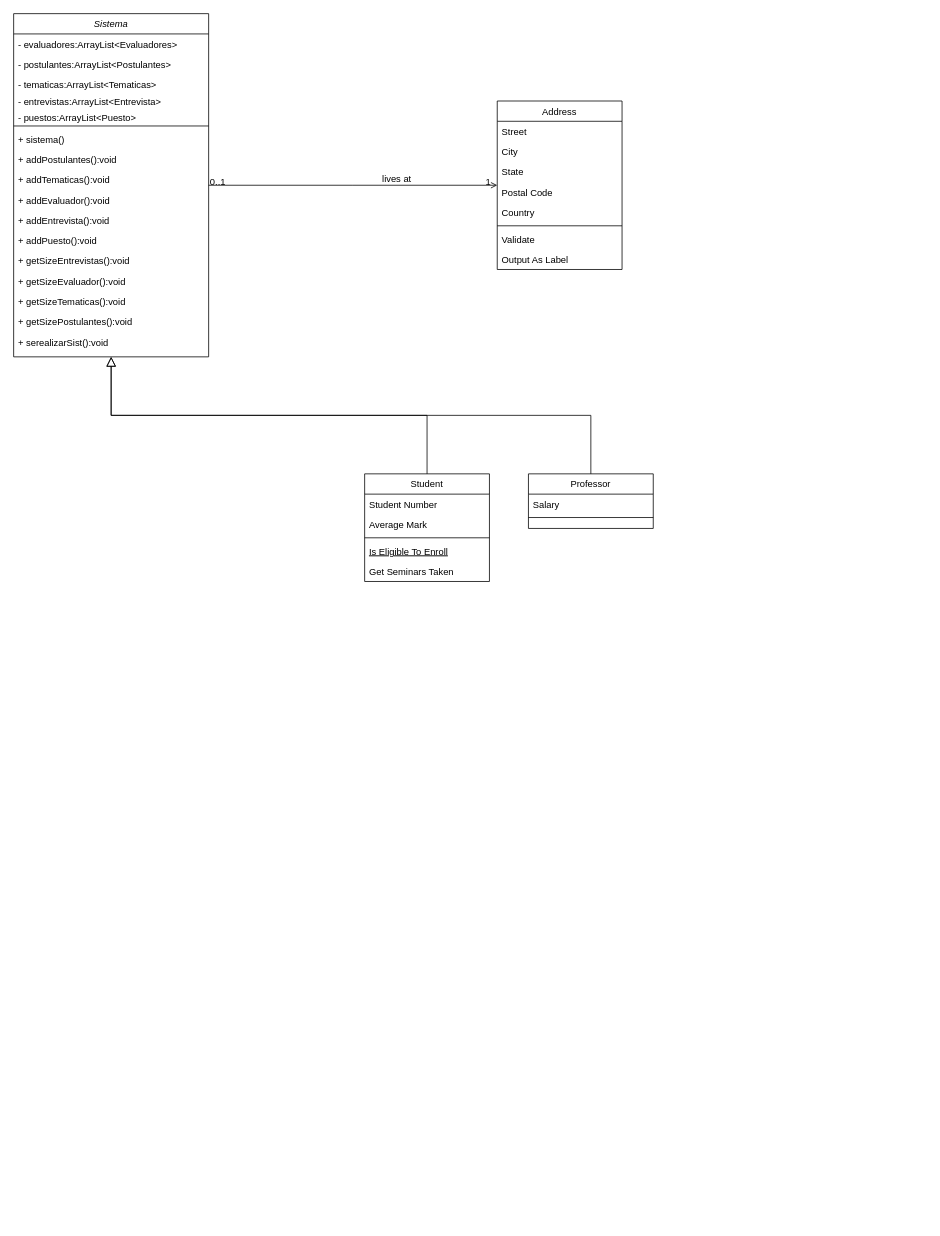
The draw.io diagram src/dominio/Diagrama sin título.drawio in MatiProtocol/SegundoOblig-P2, before the edit. Source tidied: cells renumbered, new cells numbered last; positions are measured from the earlier drawing's top-left corner, leaving out a move shared by most shapes. Both pictures are drawn from the tidied source at 78%, with x=0, y=0 at pixel (13, 13).
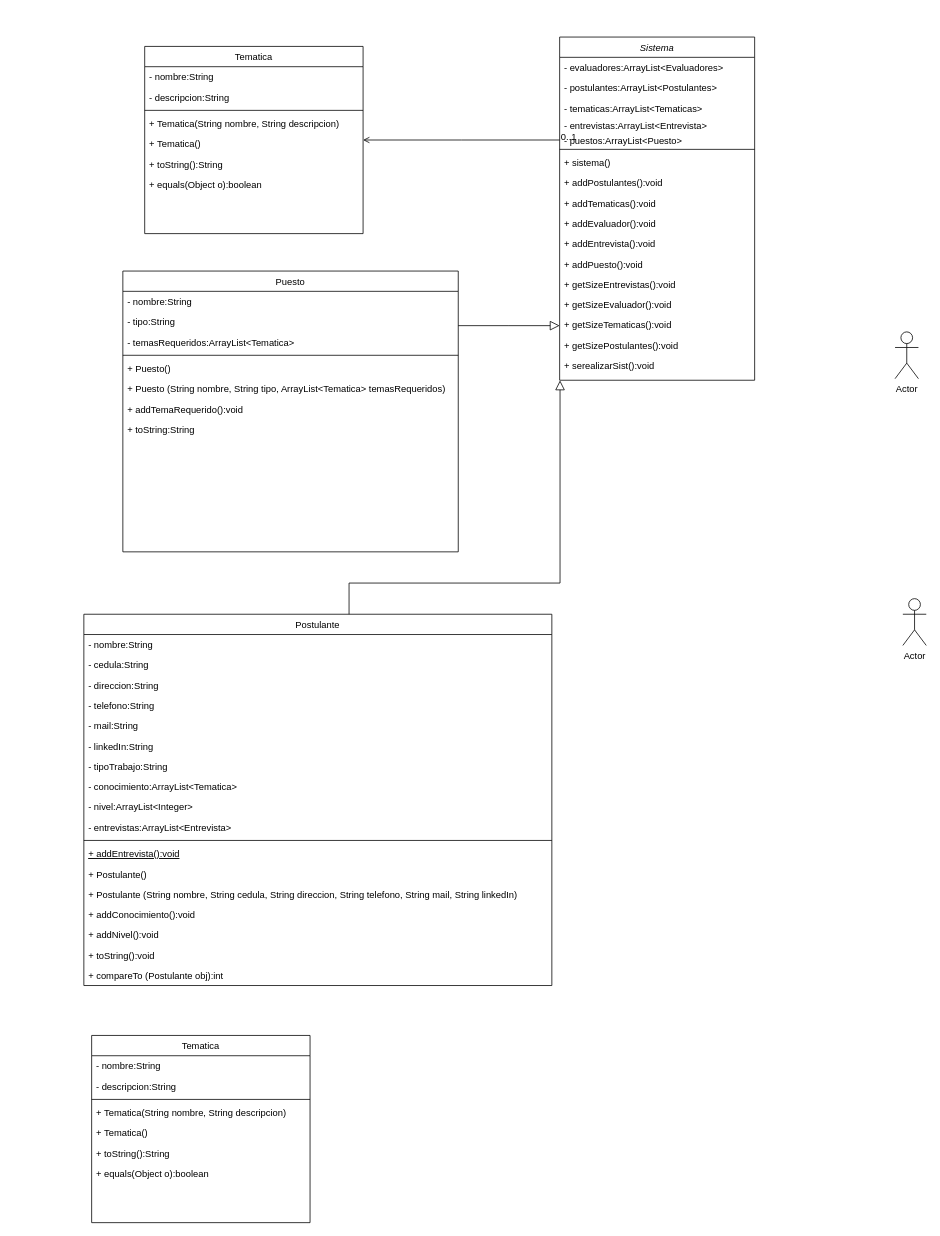
Above is the later version.

Unchanged cells that the change refers to:
```xml
<mxCell id="19" value="+ serealizarSist():void" style="text;align=left;verticalAlign=top;spacingLeft=4;spacingRight=4;overflow=hidden;points=[[0,0.5],[1,0.5]];portConstraint=eastwest;" parent="2" vertex="1">
  <mxGeometry y="408" width="250" height="26" as="geometry" />
</mxCell>
<mxCell id="40" style="endArrow=open;shadow=0;strokeWidth=1;rounded=0;endFill=1;edgeStyle=elbowEdgeStyle;elbow=vertical;" parent="1" edge="1" source="2" target="31">
  <mxGeometry x="0.5" y="41" relative="1" as="geometry">
    <mxPoint x="-40" y="32" as="offset" />
  </mxGeometry>
</mxCell>
```

The edit, as a diff of the source:
```diff
@@
     <mxCell id="2" value="Sistema&#10;" style="swimlane;fontStyle=2;align=center;verticalAlign=top;horizontal=1;startSize=26;rounded=0;shadow=0;strokeWidth=1;" parent="1" vertex="1">
-      <mxGeometry width="250" height="440" as="geometry" />
+      <mxGeometry x="700" y="30" width="250" height="440" as="geometry" />
     </mxCell>
@@
-    <mxCell id="20" value="Student" style="swimlane;fontStyle=0;align=center;verticalAlign=top;horizontal=1;startSize=26;rounded=0;shadow=0;strokeWidth=1;" parent="1" vertex="1">
-      <mxGeometry x="450" y="590" width="160" height="138" as="geometry" />
+    <mxCell id="20" value="Postulante" style="swimlane;fontStyle=0;align=center;verticalAlign=top;horizontal=1;startSize=26;rounded=0;shadow=0;strokeWidth=1;" parent="1" vertex="1">
+      <mxGeometry x="90" y="770" width="600" height="476" as="geometry" />
     </mxCell>
-    <mxCell id="21" value="Student Number" style="text;align=left;verticalAlign=top;spacingLeft=4;spacingRight=4;overflow=hidden;" parent="20" vertex="1">
-      <mxGeometry y="26" width="160" height="26" as="geometry" />
+    <mxCell id="21" value="- nombre:String" style="text;align=left;verticalAlign=top;spacingLeft=4;spacingRight=4;overflow=hidden;" parent="20" vertex="1">
+      <mxGeometry y="26" width="600" height="26" as="geometry" />
     </mxCell>
-    <mxCell id="22" value="Average Mark" style="text;align=left;verticalAlign=top;spacingLeft=4;spacingRight=4;overflow=hidden;rounded=0;shadow=0;html=0;" parent="20" vertex="1">
-      <mxGeometry y="52" width="160" height="26" as="geometry" />
+    <mxCell id="22" value="- cedula:String" style="text;align=left;verticalAlign=top;spacingLeft=4;spacingRight=4;overflow=hidden;rounded=0;shadow=0;html=0;" parent="20" vertex="1">
+      <mxGeometry y="52" width="600" height="26" as="geometry" />
     </mxCell>
+    <mxCell id="44" value="- direccion:String" style="text;align=left;verticalAlign=top;spacingLeft=4;spacingRight=4;overflow=hidden;" parent="20" vertex="1">
+      <mxGeometry y="78" width="600" height="26" as="geometry" />
+    </mxCell>
+    <mxCell id="45" value="- telefono:String" style="text;align=left;verticalAlign=top;spacingLeft=4;spacingRight=4;overflow=hidden;" parent="20" vertex="1">
+      <mxGeometry y="104" width="600" height="26" as="geometry" />
+    </mxCell>
+    <mxCell id="46" value="- mail:String" style="text;align=left;verticalAlign=top;spacingLeft=4;spacingRight=4;overflow=hidden;" parent="20" vertex="1">
+      <mxGeometry y="130" width="600" height="26" as="geometry" />
+    </mxCell>
+    <mxCell id="47" value="- linkedIn:String" style="text;align=left;verticalAlign=top;spacingLeft=4;spacingRight=4;overflow=hidden;" parent="20" vertex="1">
+      <mxGeometry y="156" width="600" height="26" as="geometry" />
+    </mxCell>
+    <mxCell id="48" value="- tipoTrabajo:String" style="text;align=left;verticalAlign=top;spacingLeft=4;spacingRight=4;overflow=hidden;" parent="20" vertex="1">
+      <mxGeometry y="182" width="600" height="26" as="geometry" />
+    </mxCell>
+    <mxCell id="49" value="- conocimiento:ArrayList&lt;Tematica&gt; " style="text;align=left;verticalAlign=top;spacingLeft=4;spacingRight=4;overflow=hidden;" parent="20" vertex="1">
+      <mxGeometry y="208" width="600" height="26" as="geometry" />
+    </mxCell>
+    <mxCell id="50" value="- nivel:ArrayList&lt;Integer&gt;" style="text;align=left;verticalAlign=top;spacingLeft=4;spacingRight=4;overflow=hidden;" parent="20" vertex="1">
+      <mxGeometry y="234" width="600" height="26" as="geometry" />
+    </mxCell>
+    <mxCell id="51" value="- entrevistas:ArrayList&lt;Entrevista&gt;" style="text;align=left;verticalAlign=top;spacingLeft=4;spacingRight=4;overflow=hidden;" parent="20" vertex="1">
+      <mxGeometry y="260" width="600" height="26" as="geometry" />
+    </mxCell>
     <mxCell id="23" style="line;html=1;strokeWidth=1;align=left;verticalAlign=middle;spacingTop=-1;spacingLeft=3;spacingRight=3;labelPosition=right;" parent="20" vertex="1">
-      <mxGeometry y="78" width="160" height="8" as="geometry" />
+      <mxGeometry y="286" width="600" height="8" as="geometry" />
     </mxCell>
-    <mxCell id="24" value="Is Eligible To Enroll" style="text;align=left;verticalAlign=top;spacingLeft=4;spacingRight=4;overflow=hidden;fontStyle=4;" parent="20" vertex="1">
-      <mxGeometry y="86" width="160" height="26" as="geometry" />
+    <mxCell id="24" value="+ addEntrevista():void" style="text;align=left;verticalAlign=top;spacingLeft=4;spacingRight=4;overflow=hidden;fontStyle=4;" parent="20" vertex="1">
+      <mxGeometry y="294" width="600" height="26" as="geometry" />
     </mxCell>
-    <mxCell id="25" value="Get Seminars Taken" style="text;align=left;verticalAlign=top;spacingLeft=4;spacingRight=4;overflow=hidden;" parent="20" vertex="1">
-      <mxGeometry y="112" width="160" height="26" as="geometry" />
+    <mxCell id="25" value="+ Postulante()" style="text;align=left;verticalAlign=top;spacingLeft=4;spacingRight=4;overflow=hidden;" parent="20" vertex="1">
+      <mxGeometry y="320" width="600" height="26" as="geometry" />
     </mxCell>
+    <mxCell id="52" value="+ Postulante (String nombre, String cedula, String direccion, String telefono, String mail, String linkedIn)" style="text;align=left;verticalAlign=top;spacingLeft=4;spacingRight=4;overflow=hidden;" parent="20" vertex="1">
+      <mxGeometry y="346" width="600" height="26" as="geometry" />
+    </mxCell>
+    <mxCell id="53" value="+ addConocimiento():void" style="text;align=left;verticalAlign=top;spacingLeft=4;spacingRight=4;overflow=hidden;" parent="20" vertex="1">
+      <mxGeometry y="372" width="600" height="26" as="geometry" />
+    </mxCell>
+    <mxCell id="54" value="+ addNivel():void" style="text;align=left;verticalAlign=top;spacingLeft=4;spacingRight=4;overflow=hidden;" parent="20" vertex="1">
+      <mxGeometry y="398" width="600" height="26" as="geometry" />
+    </mxCell>
+    <mxCell id="55" value="+ toString():void" style="text;align=left;verticalAlign=top;spacingLeft=4;spacingRight=4;overflow=hidden;" parent="20" vertex="1">
+      <mxGeometry y="424" width="600" height="26" as="geometry" />
+    </mxCell>
+    <mxCell id="56" value="+ compareTo (Postulante obj):int" style="text;align=left;verticalAlign=top;spacingLeft=4;spacingRight=4;overflow=hidden;" parent="20" vertex="1">
+      <mxGeometry y="450" width="600" height="26" as="geometry" />
+    </mxCell>
-    <mxCell id="26" style="endArrow=block;endSize=10;endFill=0;shadow=0;strokeWidth=1;rounded=0;edgeStyle=elbowEdgeStyle;elbow=vertical;" parent="1" edge="1" source="20" target="2">
-      <mxGeometry relative="1" as="geometry" />
+    <mxCell id="26" style="endArrow=block;endSize=10;endFill=0;shadow=0;strokeWidth=1;rounded=0;edgeStyle=elbowEdgeStyle;elbow=vertical;entryX=0.002;entryY=1.238;entryDx=0;entryDy=0;entryPerimeter=0;" parent="1" edge="1" source="20" target="19">
+      <mxGeometry relative="1" as="geometry">
+        <Array as="points">
+          <mxPoint x="430" y="730" />
+        </Array>
+      </mxGeometry>
     </mxCell>
-    <mxCell id="27" value="Professor" style="swimlane;fontStyle=0;align=center;verticalAlign=top;horizontal=1;startSize=26;rounded=0;shadow=0;strokeWidth=1;" parent="1" vertex="1">
-      <mxGeometry x="660" y="590" width="160" height="70" as="geometry" />
+    <mxCell id="27" value="Puesto" style="swimlane;fontStyle=0;align=center;verticalAlign=top;horizontal=1;startSize=26;rounded=0;shadow=0;strokeWidth=1;" parent="1" vertex="1">
+      <mxGeometry x="140" y="330" width="430" height="360" as="geometry" />
     </mxCell>
-    <mxCell id="28" value="Salary" style="text;align=left;verticalAlign=top;spacingLeft=4;spacingRight=4;overflow=hidden;" parent="27" vertex="1">
-      <mxGeometry y="26" width="160" height="26" as="geometry" />
+    <mxCell id="28" value="- nombre:String&#10;" style="text;align=left;verticalAlign=top;spacingLeft=4;spacingRight=4;overflow=hidden;" parent="27" vertex="1">
+      <mxGeometry y="26" width="430" height="26" as="geometry" />
     </mxCell>
+    <mxCell id="57" value="- tipo:String" style="text;align=left;verticalAlign=top;spacingLeft=4;spacingRight=4;overflow=hidden;" parent="27" vertex="1">
+      <mxGeometry y="52" width="430" height="26" as="geometry" />
+    </mxCell>
+    <mxCell id="58" value="- temasRequeridos:ArrayList&lt;Tematica&gt;" style="text;align=left;verticalAlign=top;spacingLeft=4;spacingRight=4;overflow=hidden;" parent="27" vertex="1">
+      <mxGeometry y="78" width="430" height="26" as="geometry" />
+    </mxCell>
     <mxCell id="29" style="line;html=1;strokeWidth=1;align=left;verticalAlign=middle;spacingTop=-1;spacingLeft=3;spacingRight=3;labelPosition=right;" parent="27" vertex="1">
-      <mxGeometry y="52" width="160" height="8" as="geometry" />
+      <mxGeometry y="104" width="430" height="8" as="geometry" />
     </mxCell>
+    <mxCell id="59" value="+ Puesto()" style="text;align=left;verticalAlign=top;spacingLeft=4;spacingRight=4;overflow=hidden;" parent="27" vertex="1">
+      <mxGeometry y="112" width="430" height="26" as="geometry" />
+    </mxCell>
+    <mxCell id="60" value="+ Puesto (String nombre, String tipo, ArrayList&lt;Tematica&gt; temasRequeridos)" style="text;align=left;verticalAlign=top;spacingLeft=4;spacingRight=4;overflow=hidden;" parent="27" vertex="1">
+      <mxGeometry y="138" width="430" height="26" as="geometry" />
+    </mxCell>
+    <mxCell id="61" value="+ addTemaRequerido():void" style="text;align=left;verticalAlign=top;spacingLeft=4;spacingRight=4;overflow=hidden;" parent="27" vertex="1">
+      <mxGeometry y="164" width="430" height="26" as="geometry" />
+    </mxCell>
+    <mxCell id="62" value="+ toString:String" style="text;align=left;verticalAlign=top;spacingLeft=4;spacingRight=4;overflow=hidden;" parent="27" vertex="1">
+      <mxGeometry y="190" width="430" height="26" as="geometry" />
+    </mxCell>
@@
-    <mxCell id="31" value="Address" style="swimlane;fontStyle=0;align=center;verticalAlign=top;horizontal=1;startSize=26;rounded=0;shadow=0;strokeWidth=1;" parent="1" vertex="1">
-      <mxGeometry x="620" y="112" width="160" height="216" as="geometry" />
+    <mxCell id="31" value="Tematica" style="swimlane;fontStyle=0;align=center;verticalAlign=top;horizontal=1;startSize=26;rounded=0;shadow=0;strokeWidth=1;" parent="1" vertex="1">
+      <mxGeometry x="168" y="42" width="280" height="240" as="geometry" />
     </mxCell>
-    <mxCell id="32" value="Street" style="text;align=left;verticalAlign=top;spacingLeft=4;spacingRight=4;overflow=hidden;" parent="31" vertex="1">
-      <mxGeometry y="26" width="160" height="26" as="geometry" />
+    <mxCell id="32" value="- nombre:String" style="text;align=left;verticalAlign=top;spacingLeft=4;spacingRight=4;overflow=hidden;" parent="31" vertex="1">
+      <mxGeometry y="26" width="280" height="26" as="geometry" />
     </mxCell>
-    <mxCell id="33" value="City" style="text;align=left;verticalAlign=top;spacingLeft=4;spacingRight=4;overflow=hidden;rounded=0;shadow=0;html=0;" parent="31" vertex="1">
-      <mxGeometry y="52" width="160" height="26" as="geometry" />
+    <mxCell id="33" value="- descripcion:String" style="text;align=left;verticalAlign=top;spacingLeft=4;spacingRight=4;overflow=hidden;rounded=0;shadow=0;html=0;" parent="31" vertex="1">
+      <mxGeometry y="52" width="280" height="26" as="geometry" />
     </mxCell>
-    <mxCell id="34" value="State" style="text;align=left;verticalAlign=top;spacingLeft=4;spacingRight=4;overflow=hidden;rounded=0;shadow=0;html=0;" parent="31" vertex="1">
-      <mxGeometry y="78" width="160" height="26" as="geometry" />
-    </mxCell>
-    <mxCell id="35" value="Postal Code" style="text;align=left;verticalAlign=top;spacingLeft=4;spacingRight=4;overflow=hidden;rounded=0;shadow=0;html=0;" parent="31" vertex="1">
-      <mxGeometry y="104" width="160" height="26" as="geometry" />
-    </mxCell>
-    <mxCell id="36" value="Country" style="text;align=left;verticalAlign=top;spacingLeft=4;spacingRight=4;overflow=hidden;rounded=0;shadow=0;html=0;" parent="31" vertex="1">
-      <mxGeometry y="130" width="160" height="26" as="geometry" />
-    </mxCell>
     <mxCell id="37" style="line;html=1;strokeWidth=1;align=left;verticalAlign=middle;spacingTop=-1;spacingLeft=3;spacingRight=3;labelPosition=right;" parent="31" vertex="1">
-      <mxGeometry y="156" width="160" height="8" as="geometry" />
+      <mxGeometry y="78" width="280" height="8" as="geometry" />
     </mxCell>
-    <mxCell id="38" value="Validate" style="text;align=left;verticalAlign=top;spacingLeft=4;spacingRight=4;overflow=hidden;" parent="31" vertex="1">
-      <mxGeometry y="164" width="160" height="26" as="geometry" />
+    <mxCell id="38" value="+ Tematica(String nombre, String descripcion) " style="text;align=left;verticalAlign=top;spacingLeft=4;spacingRight=4;overflow=hidden;" parent="31" vertex="1">
+      <mxGeometry y="86" width="280" height="26" as="geometry" />
     </mxCell>
-    <mxCell id="39" value="Output As Label" style="text;align=left;verticalAlign=top;spacingLeft=4;spacingRight=4;overflow=hidden;" parent="31" vertex="1">
-      <mxGeometry y="190" width="160" height="26" as="geometry" />
+    <mxCell id="39" value="+ Tematica()&#10;" style="text;align=left;verticalAlign=top;spacingLeft=4;spacingRight=4;overflow=hidden;" parent="31" vertex="1">
+      <mxGeometry y="112" width="280" height="26" as="geometry" />
     </mxCell>
+    <mxCell id="63" value="+ toString():String" style="text;align=left;verticalAlign=top;spacingLeft=4;spacingRight=4;overflow=hidden;" parent="31" vertex="1">
+      <mxGeometry y="138" width="280" height="26" as="geometry" />
+    </mxCell>
+    <mxCell id="64" value="+ equals(Object o):boolean" style="text;align=left;verticalAlign=top;spacingLeft=4;spacingRight=4;overflow=hidden;" parent="31" vertex="1">
+      <mxGeometry y="164" width="280" height="26" as="geometry" />
+    </mxCell>
@@
-    <mxCell id="42" value="1" style="align=right;verticalAlign=bottom;labelBackgroundColor=none;fontSize=12;" parent="40" vertex="1">
-      <mxGeometry x="1" relative="1" as="geometry">
-        <mxPoint x="-7" y="4" as="offset" />
-      </mxGeometry>
-    </mxCell>
-    <mxCell id="43" value="lives at" style="text;html=1;align=center;verticalAlign=middle;labelBackgroundColor=none;rounded=0;shadow=0;strokeWidth=1;fontSize=12;" parent="40" vertex="1">
-      <mxGeometry x="0.5" y="49" relative="1" as="geometry">
-        <mxPoint x="-38" y="40" as="offset" />
-      </mxGeometry>
-    </mxCell>
+    <mxCell id="65" value="Actor" style="shape=umlActor;verticalLabelPosition=bottom;verticalAlign=top;html=1;" parent="1" vertex="1">
+      <mxGeometry x="1130" y="408" width="30" height="60" as="geometry" />
+    </mxCell>
+    <mxCell id="66" value="Tematica" style="swimlane;fontStyle=0;align=center;verticalAlign=top;horizontal=1;startSize=26;rounded=0;shadow=0;strokeWidth=1;" parent="1" vertex="1">
+      <mxGeometry x="100" y="1310" width="280" height="240" as="geometry" />
+    </mxCell>
+    <mxCell id="67" value="- nombre:String" style="text;align=left;verticalAlign=top;spacingLeft=4;spacingRight=4;overflow=hidden;" parent="66" vertex="1">
+      <mxGeometry y="26" width="280" height="26" as="geometry" />
+    </mxCell>
+    <mxCell id="68" value="- descripcion:String" style="text;align=left;verticalAlign=top;spacingLeft=4;spacingRight=4;overflow=hidden;rounded=0;shadow=0;html=0;" parent="66" vertex="1">
+      <mxGeometry y="52" width="280" height="26" as="geometry" />
+    </mxCell>
+    <mxCell id="69" style="line;html=1;strokeWidth=1;align=left;verticalAlign=middle;spacingTop=-1;spacingLeft=3;spacingRight=3;labelPosition=right;" parent="66" vertex="1">
+      <mxGeometry y="78" width="280" height="8" as="geometry" />
+    </mxCell>
+    <mxCell id="70" value="+ Tematica(String nombre, String descripcion) " style="text;align=left;verticalAlign=top;spacingLeft=4;spacingRight=4;overflow=hidden;" parent="66" vertex="1">
+      <mxGeometry y="86" width="280" height="26" as="geometry" />
+    </mxCell>
+    <mxCell id="71" value="+ Tematica()&#10;" style="text;align=left;verticalAlign=top;spacingLeft=4;spacingRight=4;overflow=hidden;" parent="66" vertex="1">
+      <mxGeometry y="112" width="280" height="26" as="geometry" />
+    </mxCell>
+    <mxCell id="72" value="+ toString():String" style="text;align=left;verticalAlign=top;spacingLeft=4;spacingRight=4;overflow=hidden;" parent="66" vertex="1">
+      <mxGeometry y="138" width="280" height="26" as="geometry" />
+    </mxCell>
+    <mxCell id="73" value="+ equals(Object o):boolean" style="text;align=left;verticalAlign=top;spacingLeft=4;spacingRight=4;overflow=hidden;" parent="66" vertex="1">
+      <mxGeometry y="164" width="280" height="26" as="geometry" />
+    </mxCell>
+    <mxCell id="74" value="Actor" style="shape=umlActor;verticalLabelPosition=bottom;verticalAlign=top;html=1;" parent="1" vertex="1">
+      <mxGeometry x="1140" y="750" width="30" height="60" as="geometry" />
+    </mxCell>
```
